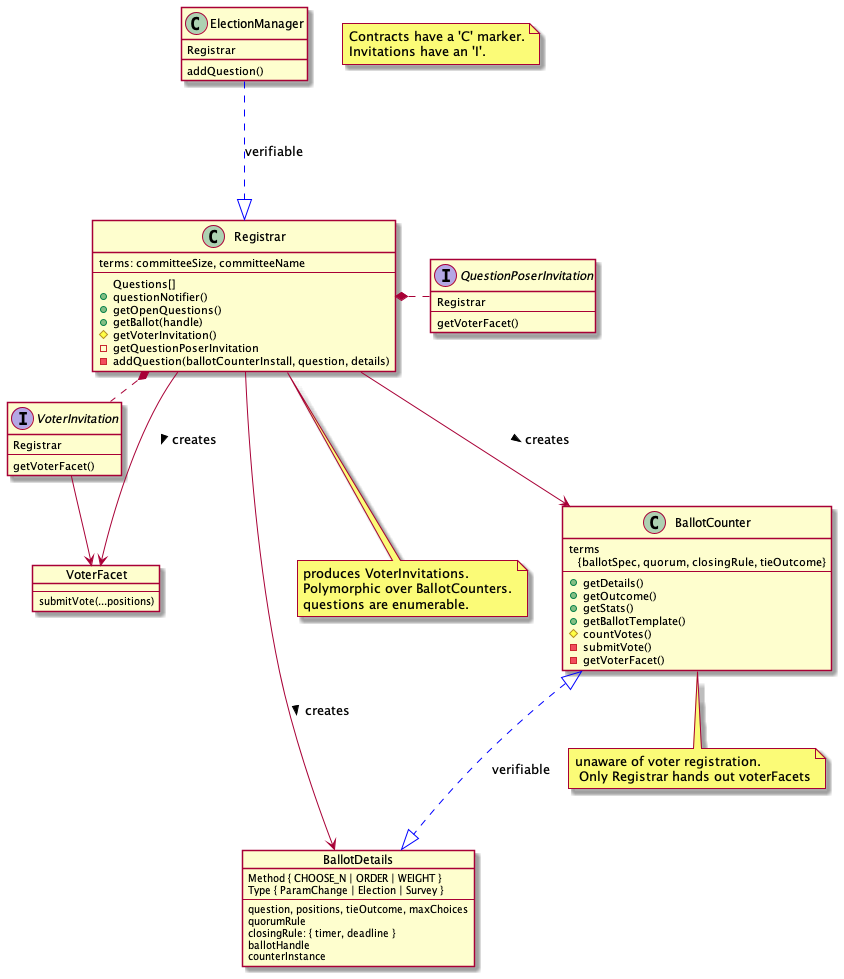
Above: packages/governance/docs/coreArchitecture.png in Agoric/agoric-sdk (PlantUML), before the change. Its diagram source:
```plantuml
@startuml governance invitation linkages

note "Contracts have a 'C' marker.\nInvitations have an 'I'." as NC

class Registrar {
    terms: committeeSize, committeeName
    --
    Questions[]
    +questionNotifier()
    +getOpenQuestions()
    +getBallot(handle)
    #getVoterInvitation()
    -getQuestionPoserInvitation
    -addQuestion(ballotCounterInstall, question, details)
}

note "produces VoterInvitations.\nPolymorphic over BallotCounters.\nquestions are enumerable." as N1
Registrar .. N1

class BallotCounter {
    terms\n   {ballotSpec, quorum, closingRule, tieOutcome}
    --
    +getDetails()
    +getOutcome()
    +getStats()
    +getBallotTemplate()
    #countVotes()
    -submitVote()
    -getVoterFacet()
}

note "unaware of voter registration.\n Only Registrar hands out voterFacets" as N2
BallotCounter .. N2

object BallotDetails {
    Method { CHOOSE_N | ORDER | WEIGHT }
    Type { ParamChange | Election | Survey }
    --
    question, positions, tieOutcome, maxChoices
    quorumRule
    closingRule: { timer, deadline }
    ballotHandle
    counterInstance
}

class ElectionManager {
    Registrar
    addQuestion()
}

object VoterFacet {
    ---
    submitVote(...positions)
}

interface VoterInvitation {
    Registrar
    --
    getVoterFacet()
}

interface QuestionPoserInvitation {
    Registrar
    --
    getVoterFacet()
}


ElectionManager -.[#blue]-|> Registrar : verifiable

Registrar *. VoterInvitation
Registrar *. QuestionPoserInvitation
Registrar --> BallotCounter : creates >
Registrar --> VoterFacet : creates >
VoterInvitation -> VoterFacet
Registrar -> BallotDetails : creates >
BallotCounter <|-.[#blue]-|> BallotDetails : verifiable


@enduml
```
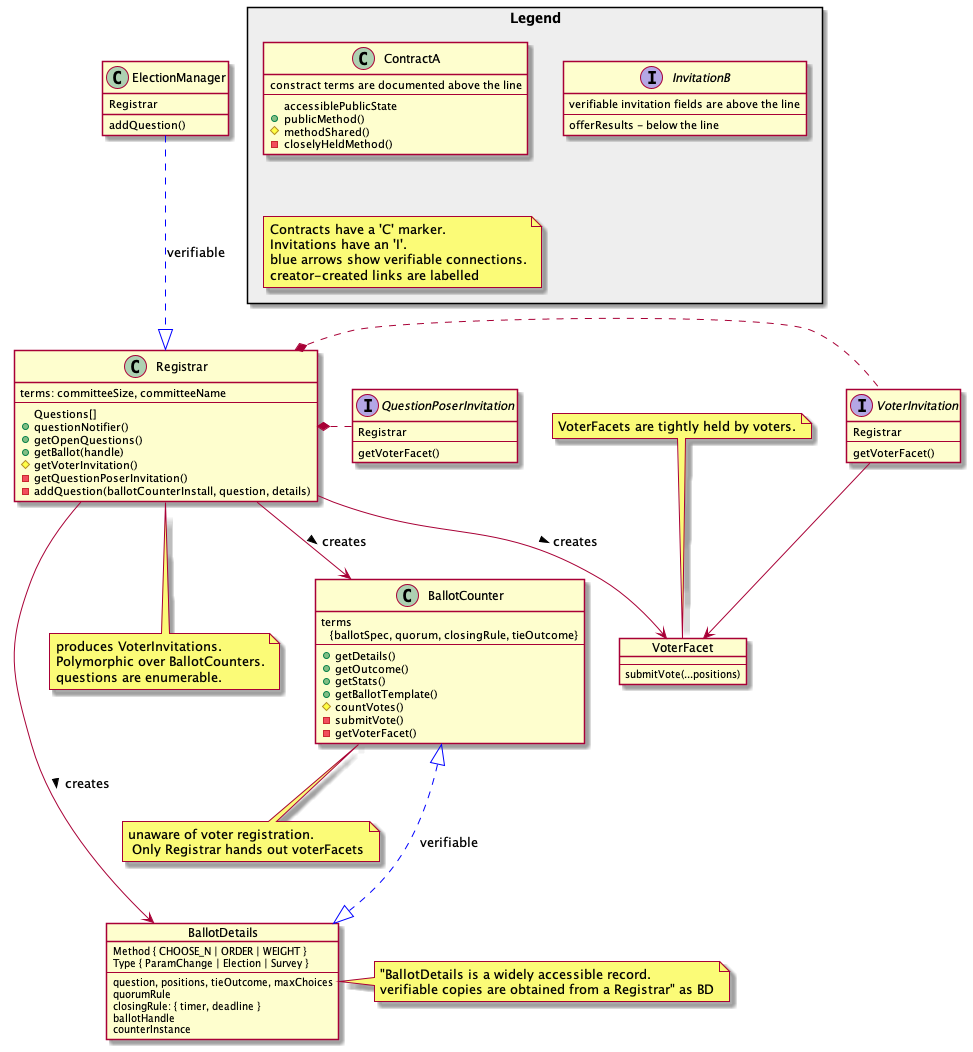
The same file after the commit.

Commit message:
docs: add a legend to the architecture diagram

Diff of the diagram source:
```diff
@@ -1,6 +1,25 @@
 @startuml governance invitation linkages
 
-note "Contracts have a 'C' marker.\nInvitations have an 'I'." as NC
+package Legend <<Rectangle>> #EEEEEE {
+
+    class ContractA {
+        constract terms are documented above the line
+        --
+          accessiblePublicState
+        + publicMethod()
+        # methodShared()
+        - closelyHeldMethod()
+    }
+
+    interface InvitationB {
+        verifiable invitation fields are above the line
+        --
+        offerResults - below the line
+    }
+
+    note "Contracts have a 'C' marker.\nInvitations have an 'I'.\nblue arrows show verifiable connections.\ncreator-created links are labelled" as NC
+}
+
 
 class Registrar {
     terms: committeeSize, committeeName
@@ -10,7 +29,7 @@
     +getOpenQuestions()
     +getBallot(handle)
     #getVoterInvitation()
-    -getQuestionPoserInvitation
+    -getQuestionPoserInvitation()
     -addQuestion(ballotCounterInstall, question, details)
 }
 
@@ -43,6 +62,8 @@
     counterInstance
 }
 
+note right: "BallotDetails is a widely accessible record.\nverifiable copies are obtained from a Registrar" as BD
+
 class ElectionManager {
     Registrar
     addQuestion()
@@ -52,6 +73,9 @@
     ---
     submitVote(...positions)
 }
+
+note "VoterFacets are tightly held by voters." as VF
+VF .. VoterFacet
 
 interface VoterInvitation {
     Registrar
```
